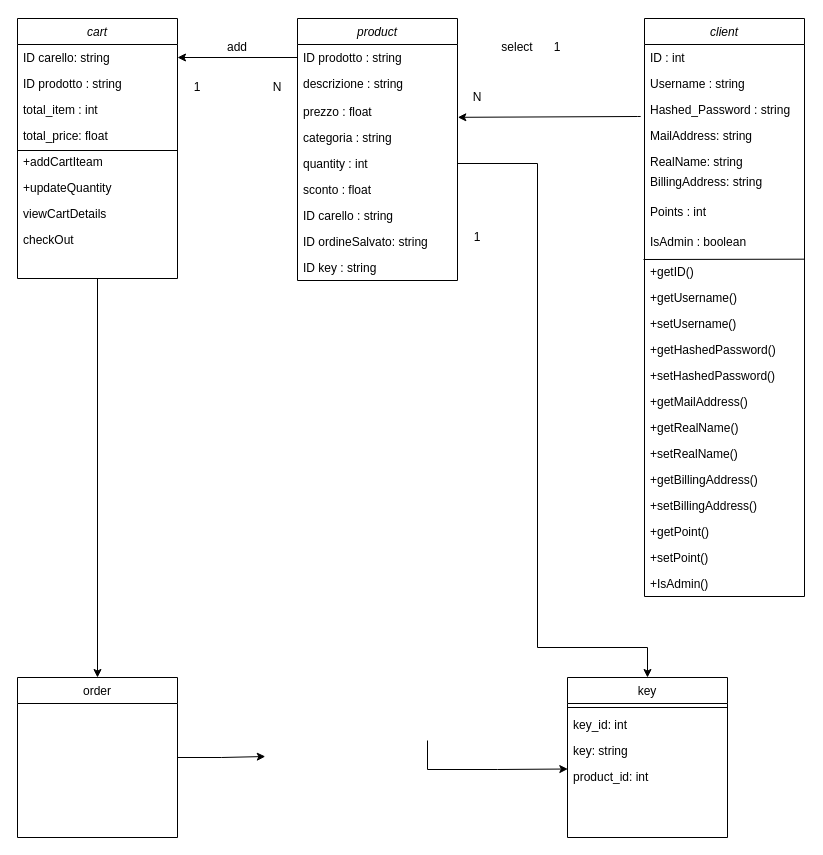
This is class diagram.drawio from Skat1999/ProgettoI.S, a draw.io file, before an edit. Source tidied: cells renumbered, new cells numbered last; positions are measured from the earlier drawing's top-left corner, leaving out a move shared by most shapes. Both pictures are drawn from the tidied source at 100%, with x=0, y=0 at pixel (17, 18).
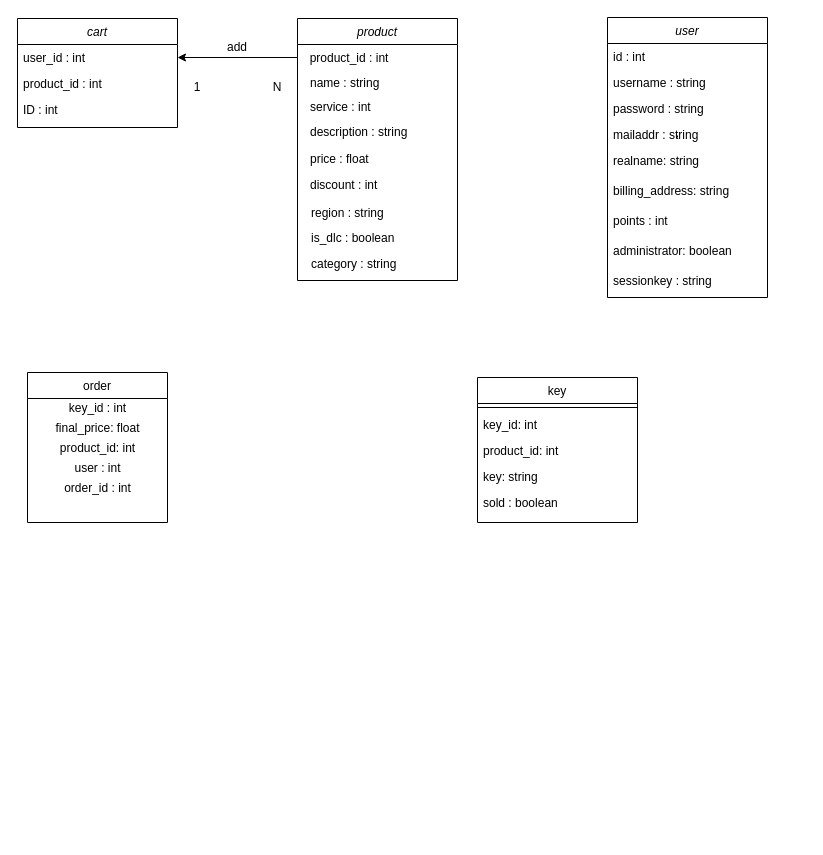
The same diagram, later.

The change refers to these unchanged cells:
```xml
<mxCell id="2" value="product" style="swimlane;fontStyle=2;align=center;verticalAlign=top;horizontal=1;startSize=26;rounded=0;shadow=0;strokeWidth=1;" parent="1" vertex="1">
  <mxGeometry x="280" width="160" height="262" as="geometry" />
</mxCell>
```

Change to the diagram source:
```diff
@@
-    <mxCell id="3" value="ID prodotto : string " style="text;align=left;verticalAlign=top;spacingLeft=4;spacingRight=4;overflow=hidden;points=[[0,0.5],[1,0.5]];portConstraint=eastwest;" parent="2" vertex="1">
+    <mxCell id="3" value="  product_id : int" style="text;align=left;verticalAlign=top;spacingLeft=4;spacingRight=4;overflow=hidden;points=[[0,0.5],[1,0.5]];portConstraint=eastwest;" parent="2" vertex="1">
       <mxGeometry y="26" width="160" height="26" as="geometry" />
     </mxCell>
-    <mxCell id="4" value="descrizione : string&#10;" style="text;align=left;verticalAlign=top;spacingLeft=4;spacingRight=4;overflow=hidden;rounded=0;shadow=0;html=0;" parent="2" vertex="1">
-      <mxGeometry y="52" width="160" height="28" as="geometry" />
-    </mxCell>
-    <mxCell id="5" value="prezzo : float" style="text;align=left;verticalAlign=top;spacingLeft=4;spacingRight=4;overflow=hidden;points=[[0,0.5],[1,0.5]];portConstraint=eastwest;rounded=0;shadow=0;html=0;" parent="2" vertex="1">
-      <mxGeometry y="80" width="160" height="26" as="geometry" />
-    </mxCell>
-    <mxCell id="6" value="categoria : string" style="text;align=left;verticalAlign=top;spacingLeft=4;spacingRight=4;overflow=hidden;rounded=0;shadow=0;html=0;" parent="2" vertex="1">
-      <mxGeometry y="106" width="160" height="26" as="geometry" />
-    </mxCell>
-    <mxCell id="7" value="quantity : int" style="text;align=left;verticalAlign=top;spacingLeft=4;spacingRight=4;overflow=hidden;points=[[0,0.5],[1,0.5]];portConstraint=eastwest;rounded=0;shadow=0;html=0;" parent="2" vertex="1">
-      <mxGeometry y="132" width="160" height="26" as="geometry" />
-    </mxCell>
-    <mxCell id="8" value="sconto : float" style="text;align=left;verticalAlign=top;spacingLeft=4;spacingRight=4;overflow=hidden;rounded=0;shadow=0;html=0;" parent="2" vertex="1">
-      <mxGeometry y="158" width="160" height="26" as="geometry" />
-    </mxCell>
-    <mxCell id="9" value="ID carello : string" style="text;align=left;verticalAlign=top;spacingLeft=4;spacingRight=4;overflow=hidden;rounded=0;shadow=0;html=0;" parent="2" vertex="1">
-      <mxGeometry y="184" width="160" height="26" as="geometry" />
-    </mxCell>
-    <mxCell id="10" value="ID ordineSalvato: string" style="text;align=left;verticalAlign=top;spacingLeft=4;spacingRight=4;overflow=hidden;rounded=0;shadow=0;html=0;" parent="2" vertex="1">
-      <mxGeometry y="210" width="160" height="26" as="geometry" />
-    </mxCell>
-    <mxCell id="11" value="ID key : string" style="text;align=left;verticalAlign=top;spacingLeft=4;spacingRight=4;overflow=hidden;rounded=0;shadow=0;html=0;" parent="2" vertex="1">
-      <mxGeometry y="236" width="160" height="26" as="geometry" />
-    </mxCell>
-    <mxCell id="12" value="client" style="swimlane;fontStyle=2;align=center;verticalAlign=top;horizontal=1;startSize=26;rounded=0;shadow=0;strokeWidth=1;" parent="1" vertex="1">
-      <mxGeometry x="627" width="160" height="578" as="geometry" />
+    <mxCell id="12" value="user" style="swimlane;fontStyle=2;align=center;verticalAlign=top;horizontal=1;startSize=26;rounded=0;shadow=0;strokeWidth=1;" parent="1" vertex="1">
+      <mxGeometry x="590" y="-1" width="160" height="280" as="geometry" />
     </mxCell>
-    <mxCell id="13" value="ID : int" style="text;align=left;verticalAlign=top;spacingLeft=4;spacingRight=4;overflow=hidden;rounded=0;shadow=0;html=0;" parent="12" vertex="1">
+    <mxCell id="13" value="id : int" style="text;align=left;verticalAlign=top;spacingLeft=4;spacingRight=4;overflow=hidden;rounded=0;shadow=0;html=0;" parent="12" vertex="1">
       <mxGeometry y="26" width="160" height="26" as="geometry" />
     </mxCell>
-    <mxCell id="14" value="Username : string" style="text;align=left;verticalAlign=top;spacingLeft=4;spacingRight=4;overflow=hidden;" parent="12" vertex="1">
+    <mxCell id="14" value="username : string" style="text;align=left;verticalAlign=top;spacingLeft=4;spacingRight=4;overflow=hidden;" parent="12" vertex="1">
       <mxGeometry y="52" width="160" height="26" as="geometry" />
     </mxCell>
-    <mxCell id="15" value="Hashed_Password : string" style="text;align=left;verticalAlign=top;spacingLeft=4;spacingRight=4;overflow=hidden;points=[[0,0.5],[1,0.5]];portConstraint=eastwest;" parent="12" vertex="1">
+    <mxCell id="15" value="password : string" style="text;align=left;verticalAlign=top;spacingLeft=4;spacingRight=4;overflow=hidden;points=[[0,0.5],[1,0.5]];portConstraint=eastwest;" parent="12" vertex="1">
       <mxGeometry y="78" width="160" height="26" as="geometry" />
     </mxCell>
-    <mxCell id="16" value="MailAddress: string" style="text;align=left;verticalAlign=top;spacingLeft=4;spacingRight=4;overflow=hidden;" parent="12" vertex="1">
+    <mxCell id="16" value="mailaddr : string" style="text;align=left;verticalAlign=top;spacingLeft=4;spacingRight=4;overflow=hidden;" parent="12" vertex="1">
       <mxGeometry y="104" width="160" height="26" as="geometry" />
     </mxCell>
-    <mxCell id="17" value="RealName: string" style="text;align=left;verticalAlign=top;spacingLeft=4;spacingRight=4;overflow=hidden;" parent="12" vertex="1">
-      <mxGeometry y="130" width="160" height="20" as="geometry" />
+    <mxCell id="17" value="realname: string" style="text;align=left;verticalAlign=top;spacingLeft=4;spacingRight=4;overflow=hidden;" parent="12" vertex="1">
+      <mxGeometry y="130" width="160" height="30" as="geometry" />
     </mxCell>
-    <mxCell id="18" value="BillingAddress: string" style="text;align=left;verticalAlign=top;spacingLeft=4;spacingRight=4;overflow=hidden;" parent="12" vertex="1">
-      <mxGeometry y="150" width="160" height="30" as="geometry" />
+    <mxCell id="18" value="billing_address: string" style="text;align=left;verticalAlign=top;spacingLeft=4;spacingRight=4;overflow=hidden;" parent="12" vertex="1">
+      <mxGeometry y="160" width="160" height="30" as="geometry" />
     </mxCell>
-    <mxCell id="19" value="Points : int" style="text;align=left;verticalAlign=top;spacingLeft=4;spacingRight=4;overflow=hidden;" parent="12" vertex="1">
-      <mxGeometry y="180" width="160" height="30" as="geometry" />
+    <mxCell id="19" value="points : int" style="text;align=left;verticalAlign=top;spacingLeft=4;spacingRight=4;overflow=hidden;" parent="12" vertex="1">
+      <mxGeometry y="190" width="160" height="30" as="geometry" />
     </mxCell>
-    <mxCell id="20" value="IsAdmin : boolean" style="text;align=left;verticalAlign=top;spacingLeft=4;spacingRight=4;overflow=hidden;" parent="12" vertex="1">
-      <mxGeometry y="210" width="160" height="30" as="geometry" />
+    <mxCell id="20" value="administrator: boolean" style="text;align=left;verticalAlign=top;spacingLeft=4;spacingRight=4;overflow=hidden;" parent="12" vertex="1">
+      <mxGeometry y="220" width="160" height="30" as="geometry" />
     </mxCell>
-    <mxCell id="21" style="endArrow=none;html=1;entryX=0.998;entryY=0.026;entryDx=0;entryDy=0;entryPerimeter=0;" parent="12" edge="1" target="22">
-      <mxGeometry relative="1" as="geometry">
-        <mxPoint x="-1" y="241" as="sourcePoint" />
-      </mxGeometry>
-    </mxCell>
-    <mxCell id="22" value="+getID()" style="text;align=left;verticalAlign=top;spacingLeft=4;spacingRight=4;overflow=hidden;points=[[0,0.5],[1,0.5]];portConstraint=eastwest;" parent="12" vertex="1">
-      <mxGeometry y="240" width="160" height="26" as="geometry" />
-    </mxCell>
-    <mxCell id="23" value="+getUsername()" style="text;align=left;verticalAlign=top;spacingLeft=4;spacingRight=4;overflow=hidden;" parent="12" vertex="1">
-      <mxGeometry y="266" width="160" height="26" as="geometry" />
-    </mxCell>
-    <mxCell id="24" value="+setUsername()" style="text;align=left;verticalAlign=top;spacingLeft=4;spacingRight=4;overflow=hidden;" parent="12" vertex="1">
-      <mxGeometry y="292" width="160" height="26" as="geometry" />
-    </mxCell>
-    <mxCell id="25" value="+getHashedPassword()" style="text;align=left;verticalAlign=top;spacingLeft=4;spacingRight=4;overflow=hidden;" parent="12" vertex="1">
-      <mxGeometry y="318" width="160" height="26" as="geometry" />
-    </mxCell>
-    <mxCell id="26" value="+setHashedPassword()" style="text;align=left;verticalAlign=top;spacingLeft=4;spacingRight=4;overflow=hidden;" parent="12" vertex="1">
-      <mxGeometry y="344" width="160" height="26" as="geometry" />
-    </mxCell>
-    <mxCell id="27" value="+getMailAddress()" style="text;align=left;verticalAlign=top;spacingLeft=4;spacingRight=4;overflow=hidden;" parent="12" vertex="1">
-      <mxGeometry y="370" width="160" height="26" as="geometry" />
-    </mxCell>
-    <mxCell id="28" value="+getRealName()" style="text;align=left;verticalAlign=top;spacingLeft=4;spacingRight=4;overflow=hidden;" parent="12" vertex="1">
-      <mxGeometry y="396" width="160" height="26" as="geometry" />
-    </mxCell>
-    <mxCell id="29" value="+setRealName()" style="text;align=left;verticalAlign=top;spacingLeft=4;spacingRight=4;overflow=hidden;" parent="12" vertex="1">
-      <mxGeometry y="422" width="160" height="26" as="geometry" />
-    </mxCell>
-    <mxCell id="30" value="+getBillingAddress()" style="text;align=left;verticalAlign=top;spacingLeft=4;spacingRight=4;overflow=hidden;" parent="12" vertex="1">
-      <mxGeometry y="448" width="160" height="26" as="geometry" />
-    </mxCell>
-    <mxCell id="31" value="+setBillingAddress()" style="text;align=left;verticalAlign=top;spacingLeft=4;spacingRight=4;overflow=hidden;" parent="12" vertex="1">
-      <mxGeometry y="474" width="160" height="26" as="geometry" />
-    </mxCell>
-    <mxCell id="32" value="+getPoint()" style="text;align=left;verticalAlign=top;spacingLeft=4;spacingRight=4;overflow=hidden;" parent="12" vertex="1">
-      <mxGeometry y="500" width="160" height="26" as="geometry" />
-    </mxCell>
-    <mxCell id="33" value="+setPoint()" style="text;align=left;verticalAlign=top;spacingLeft=4;spacingRight=4;overflow=hidden;" parent="12" vertex="1">
-      <mxGeometry y="526" width="160" height="26" as="geometry" />
-    </mxCell>
-    <mxCell id="34" value="+IsAdmin()" style="text;align=left;verticalAlign=top;spacingLeft=4;spacingRight=4;overflow=hidden;" parent="12" vertex="1">
-      <mxGeometry y="552" width="160" height="26" as="geometry" />
-    </mxCell>
+    <mxCell id="65" value="sessionkey : string" style="text;align=left;verticalAlign=top;spacingLeft=4;spacingRight=4;overflow=hidden;" parent="12" vertex="1">
+      <mxGeometry y="250" width="160" height="30" as="geometry" />
+    </mxCell>
     <mxCell id="35" value="key" style="swimlane;fontStyle=0;align=center;verticalAlign=top;horizontal=1;startSize=26;rounded=0;shadow=0;strokeWidth=1;" parent="1" vertex="1">
-      <mxGeometry x="550" y="659" width="160" height="160" as="geometry" />
+      <mxGeometry x="460" y="359" width="160" height="145" as="geometry" />
     </mxCell>
@@
+    <mxCell id="39" value="product_id: int" style="text;align=left;verticalAlign=top;spacingLeft=4;spacingRight=4;overflow=hidden;points=[[0,0.5],[1,0.5]];portConstraint=eastwest;" parent="35" vertex="1">
+      <mxGeometry y="60" width="160" height="26" as="geometry" />
+    </mxCell>
     <mxCell id="38" value="key: string" style="text;align=left;verticalAlign=top;spacingLeft=4;spacingRight=4;overflow=hidden;" parent="35" vertex="1">
-      <mxGeometry y="60" width="160" height="26" as="geometry" />
+      <mxGeometry y="86" width="160" height="26" as="geometry" />
     </mxCell>
-    <mxCell id="39" value="product_id: int" style="text;align=left;verticalAlign=top;spacingLeft=4;spacingRight=4;overflow=hidden;points=[[0,0.5],[1,0.5]];portConstraint=eastwest;" parent="35" vertex="1">
-      <mxGeometry y="86" width="160" height="26" as="geometry" />
-    </mxCell>
-    <mxCell id="40" style="edgeStyle=orthogonalEdgeStyle;rounded=0;jettySize=auto;html=1;exitX=0.5;exitY=1;exitDx=0;exitDy=0;" parent="1" edge="1" source="41" target="54">
-      <mxGeometry relative="1" as="geometry">
-        <Array as="points">
-          <mxPoint x="80" y="699" />
-          <mxPoint x="80" y="699" />
-        </Array>
-      </mxGeometry>
-    </mxCell>
+    <mxCell id="66" value="sold : boolean" style="text;align=left;verticalAlign=top;spacingLeft=4;spacingRight=4;overflow=hidden;" parent="35" vertex="1">
+      <mxGeometry y="112" width="160" height="26" as="geometry" />
+    </mxCell>
     <mxCell id="41" value="cart" style="swimlane;fontStyle=2;align=center;verticalAlign=top;horizontal=1;startSize=26;rounded=0;shadow=0;strokeWidth=1;" parent="1" vertex="1">
-      <mxGeometry width="160" height="260" as="geometry" />
+      <mxGeometry width="160" height="109" as="geometry" />
     </mxCell>
-    <mxCell id="42" value="ID carello: string" style="text;align=left;verticalAlign=top;spacingLeft=4;spacingRight=4;overflow=hidden;points=[[0,0.5],[1,0.5]];portConstraint=eastwest;" parent="41" vertex="1">
+    <mxCell id="42" value="user_id : int" style="text;align=left;verticalAlign=top;spacingLeft=4;spacingRight=4;overflow=hidden;points=[[0,0.5],[1,0.5]];portConstraint=eastwest;" parent="41" vertex="1">
       <mxGeometry y="26" width="160" height="26" as="geometry" />
     </mxCell>
-    <mxCell id="43" value="ID prodotto : string" style="text;align=left;verticalAlign=top;spacingLeft=4;spacingRight=4;overflow=hidden;rounded=0;shadow=0;html=0;" parent="41" vertex="1">
+    <mxCell id="43" value="product_id : int" style="text;align=left;verticalAlign=top;spacingLeft=4;spacingRight=4;overflow=hidden;rounded=0;shadow=0;html=0;" parent="41" vertex="1">
       <mxGeometry y="52" width="160" height="26" as="geometry" />
     </mxCell>
-    <mxCell id="44" value="total_item : int" style="text;align=left;verticalAlign=top;spacingLeft=4;spacingRight=4;overflow=hidden;rounded=0;shadow=0;html=0;" parent="41" vertex="1">
+    <mxCell id="44" value="ID : int" style="text;align=left;verticalAlign=top;spacingLeft=4;spacingRight=4;overflow=hidden;rounded=0;shadow=0;html=0;" parent="41" vertex="1">
       <mxGeometry y="78" width="160" height="26" as="geometry" />
     </mxCell>
-    <mxCell id="45" style="endArrow=none;html=1;" parent="41" edge="1">
-      <mxGeometry relative="1" as="geometry">
-        <mxPoint y="132" as="sourcePoint" />
-        <mxPoint x="160" y="132" as="targetPoint" />
-      </mxGeometry>
-    </mxCell>
-    <mxCell id="46" value="total_price: float" style="text;align=left;verticalAlign=top;spacingLeft=4;spacingRight=4;overflow=hidden;rounded=0;shadow=0;html=0;" parent="41" vertex="1">
-      <mxGeometry y="104" width="160" height="26" as="geometry" />
-    </mxCell>
-    <mxCell id="47" value="+addCartIteam" style="text;align=left;verticalAlign=top;spacingLeft=4;spacingRight=4;overflow=hidden;rounded=0;shadow=0;html=0;" parent="41" vertex="1">
-      <mxGeometry y="130" width="160" height="26" as="geometry" />
-    </mxCell>
-    <mxCell id="48" value="+updateQuantity" style="text;align=left;verticalAlign=top;spacingLeft=4;spacingRight=4;overflow=hidden;rounded=0;shadow=0;html=0;" parent="41" vertex="1">
-      <mxGeometry y="156" width="160" height="26" as="geometry" />
-    </mxCell>
-    <mxCell id="49" value="viewCartDetails" style="text;align=left;verticalAlign=top;spacingLeft=4;spacingRight=4;overflow=hidden;rounded=0;shadow=0;html=0;" parent="41" vertex="1">
-      <mxGeometry y="182" width="160" height="26" as="geometry" />
-    </mxCell>
-    <mxCell id="50" value="checkOut" style="text;align=left;verticalAlign=top;spacingLeft=4;spacingRight=4;overflow=hidden;rounded=0;shadow=0;html=0;" parent="41" vertex="1">
-      <mxGeometry y="208" width="160" height="26" as="geometry" />
-    </mxCell>
-    <mxCell id="51" value="select" style="text;html=1;strokeColor=none;fillColor=none;align=center;verticalAlign=middle;whiteSpace=wrap;rounded=0;" parent="1" vertex="1">
-      <mxGeometry x="480" y="19" width="40" height="20" as="geometry" />
-    </mxCell>
@@
-    <mxCell id="53" style="edgeStyle=orthogonalEdgeStyle;rounded=0;jettySize=auto;html=1;exitX=1;exitY=0.5;exitDx=0;exitDy=0;entryX=-0.014;entryY=0.192;entryDx=0;entryDy=0;entryPerimeter=0;" parent="1" edge="1" source="54">
-      <mxGeometry relative="1" as="geometry">
-        <mxPoint x="247.8" y="738" as="targetPoint" />
-      </mxGeometry>
-    </mxCell>
     <mxCell id="54" value="order" style="swimlane;fontStyle=0;align=center;verticalAlign=top;horizontal=1;startSize=26;rounded=0;shadow=0;strokeWidth=1;" parent="1" vertex="1">
-      <mxGeometry y="659" width="160" height="160" as="geometry" />
+      <mxGeometry x="10" y="354" width="140" height="150" as="geometry" />
     </mxCell>
+    <mxCell id="67" value="key_id : int" style="text;html=1;align=center;verticalAlign=middle;" parent="54" vertex="1">
+      <mxGeometry y="26" width="140" height="20" as="geometry" />
+    </mxCell>
+    <mxCell id="68" value="&lt;div&gt;final_price: float&lt;/div&gt;" style="text;html=1;align=center;verticalAlign=middle;" parent="54" vertex="1">
+      <mxGeometry y="46" width="140" height="20" as="geometry" />
+    </mxCell>
+    <mxCell id="69" value="&lt;div&gt;product_id: int&lt;/div&gt;" style="text;html=1;align=center;verticalAlign=middle;" parent="54" vertex="1">
+      <mxGeometry y="66" width="140" height="20" as="geometry" />
+    </mxCell>
+    <mxCell id="70" value="user : int" style="text;html=1;align=center;verticalAlign=middle;" parent="54" vertex="1">
+      <mxGeometry y="86" width="140" height="20" as="geometry" />
+    </mxCell>
+    <mxCell id="71" value="&lt;div&gt;order_id : int&lt;/div&gt;" style="text;html=1;align=center;verticalAlign=middle;" parent="54" vertex="1">
+      <mxGeometry y="106" width="140" height="20" as="geometry" />
+    </mxCell>
@@
-    <mxCell id="56" value="N" style="text;html=1;strokeColor=none;fillColor=none;align=center;verticalAlign=middle;whiteSpace=wrap;rounded=0;" parent="1" vertex="1">
-      <mxGeometry x="440" y="69" width="40" height="20" as="geometry" />
-    </mxCell>
-    <mxCell id="57" value="1" style="text;html=1;strokeColor=none;fillColor=none;align=center;verticalAlign=middle;whiteSpace=wrap;rounded=0;" parent="1" vertex="1">
-      <mxGeometry x="520" y="19" width="40" height="20" as="geometry" />
-    </mxCell>
@@
-    <mxCell id="61" style="edgeStyle=orthogonalEdgeStyle;rounded=0;jettySize=auto;html=1;exitX=1;exitY=0.5;exitDx=0;exitDy=0;entryX=0.5;entryY=0;entryDx=0;entryDy=0;" parent="1" edge="1" source="7" target="35">
-      <mxGeometry relative="1" as="geometry">
-        <Array as="points">
-          <mxPoint x="520" y="145" />
-          <mxPoint x="520" y="629" />
-          <mxPoint x="630" y="629" />
-        </Array>
-      </mxGeometry>
-    </mxCell>
-    <mxCell id="62" style="edgeStyle=orthogonalEdgeStyle;rounded=0;jettySize=auto;html=1;exitX=1;exitY=0.5;exitDx=0;exitDy=0;entryX=0.002;entryY=0.212;entryDx=0;entryDy=0;entryPerimeter=0;" parent="1" edge="1" target="39">
-      <mxGeometry relative="1" as="geometry">
-        <mxPoint x="410" y="722" as="sourcePoint" />
-        <Array as="points">
-          <mxPoint x="410" y="751" />
-          <mxPoint x="480" y="751" />
-        </Array>
-      </mxGeometry>
-    </mxCell>
-    <mxCell id="63" value="1" style="text;html=1;strokeColor=none;fillColor=none;align=center;verticalAlign=middle;whiteSpace=wrap;rounded=0;" parent="1" vertex="1">
-      <mxGeometry x="440" y="209" width="40" height="20" as="geometry" />
-    </mxCell>
-    <mxCell id="64" style="edgeStyle=orthogonalEdgeStyle;rounded=0;jettySize=auto;html=1;entryX=1.002;entryY=0.724;entryDx=0;entryDy=0;entryPerimeter=0;exitX=-0.024;exitY=0.769;exitDx=0;exitDy=0;exitPerimeter=0;" parent="1" edge="1" source="15" target="5">
-      <mxGeometry relative="1" as="geometry">
-        <Array as="points">
-          <mxPoint x="620" y="98" />
-        </Array>
-      </mxGeometry>
-    </mxCell>
+    <mxCell id="72" value="name : string" style="text;align=left;verticalAlign=top;spacingLeft=4;spacingRight=4;overflow=hidden;" parent="1" vertex="1">
+      <mxGeometry x="287" y="51" width="160" height="26" as="geometry" />
+    </mxCell>
+    <mxCell id="73" value="service : int" style="text;align=left;verticalAlign=top;spacingLeft=4;spacingRight=4;overflow=hidden;" parent="1" vertex="1">
+      <mxGeometry x="287" y="75" width="160" height="26" as="geometry" />
+    </mxCell>
+    <mxCell id="74" value="description : string" style="text;align=left;verticalAlign=top;spacingLeft=4;spacingRight=4;overflow=hidden;" parent="1" vertex="1">
+      <mxGeometry x="287" y="100" width="160" height="26" as="geometry" />
+    </mxCell>
+    <mxCell id="75" value="price : float" style="text;align=left;verticalAlign=top;spacingLeft=4;spacingRight=4;overflow=hidden;" parent="1" vertex="1">
+      <mxGeometry x="287" y="127" width="160" height="26" as="geometry" />
+    </mxCell>
+    <mxCell id="76" value="discount : int" style="text;align=left;verticalAlign=top;spacingLeft=4;spacingRight=4;overflow=hidden;" parent="1" vertex="1">
+      <mxGeometry x="287" y="153" width="160" height="26" as="geometry" />
+    </mxCell>
+    <mxCell id="77" value="region : string" style="text;align=left;verticalAlign=top;spacingLeft=4;spacingRight=4;overflow=hidden;" parent="1" vertex="1">
+      <mxGeometry x="288" y="181" width="160" height="26" as="geometry" />
+    </mxCell>
+    <mxCell id="78" value="is_dlc : boolean" style="text;align=left;verticalAlign=top;spacingLeft=4;spacingRight=4;overflow=hidden;" parent="1" vertex="1">
+      <mxGeometry x="288" y="206" width="160" height="26" as="geometry" />
+    </mxCell>
+    <mxCell id="79" value="category : string" style="text;align=left;verticalAlign=top;spacingLeft=4;spacingRight=4;overflow=hidden;" parent="1" vertex="1">
+      <mxGeometry x="288" y="232" width="160" height="26" as="geometry" />
+    </mxCell>
```
